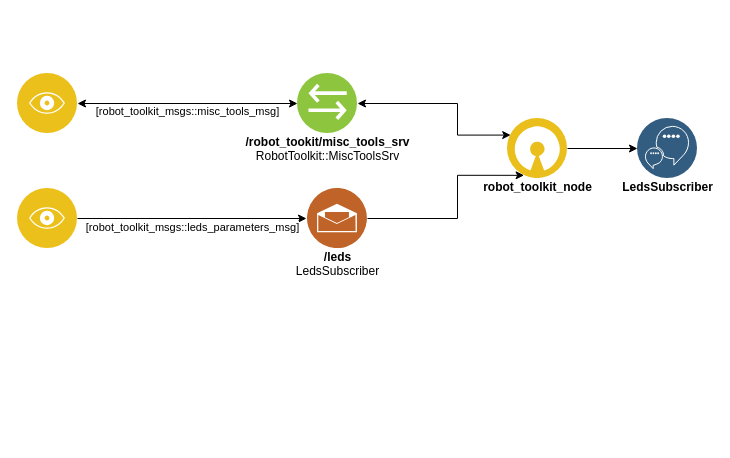
Earlier version of the draw.io diagram wiki/images/misc_tools/misc_tools_diagram.drawio (NicolasRochaPacheco/robot_toolkit). Source tidied: cells renumbered, new cells numbered last; positions are measured from the earlier drawing's top-left corner, leaving out a move shared by most shapes. Both pictures are drawn from the tidied source at 100%, with x=0, y=0 at pixel (17, 73).
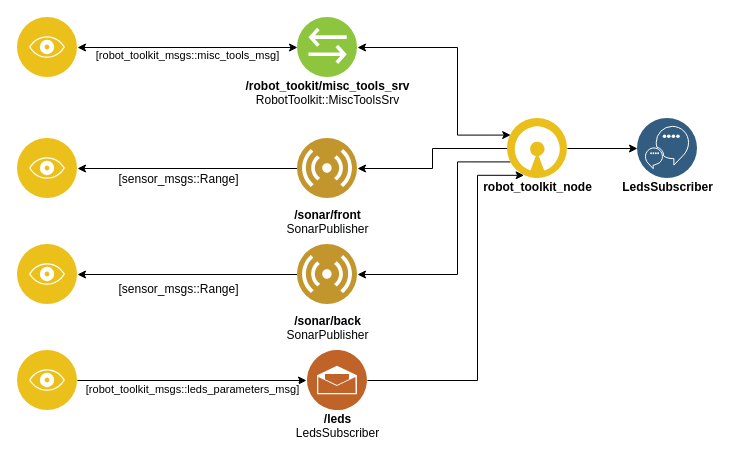
The same diagram, later.

The change refers to these unchanged cells:
```xml
<mxCell id="4" value="robot_toolkit_node" style="perimeter=ellipsePerimeter;html=1;align=center;shadow=0;dashed=0;fontColor=#000000;labelBackgroundColor=#ffffff;fontSize=12;spacingTop=-5;image;image=img/lib/ibm/applications/open_source_tools.svg;fontStyle=1;" parent="1" vertex="1">
  <mxGeometry x="490" y="45" width="60" height="60" as="geometry" />
</mxCell>
```

Change to the diagram source:
```diff
@@
-    <mxCell id="2" style="edgeStyle=orthogonalEdgeStyle;rounded=0;jettySize=auto;html=1;exitX=0;exitY=0.25;exitDx=0;exitDy=0;entryX=1;entryY=0.5;entryDx=0;entryDy=0;fontColor=#000000;startArrow=classic;startFill=1;spacingTop=-5;" parent="1" edge="1" source="4" target="6">
+    <mxCell id="2" style="edgeStyle=orthogonalEdgeStyle;rounded=0;jettySize=auto;html=1;entryX=1;entryY=0.5;entryDx=0;entryDy=0;fontColor=#000000;startArrow=classic;startFill=1;spacingTop=-5;exitX=0;exitY=0.25;exitDx=0;exitDy=0;" parent="1" edge="1" source="4" target="6">
       <mxGeometry relative="1" as="geometry">
         <Array as="points">
           <mxPoint x="440" y="62" />
-          <mxPoint x="440" y="30" />
+          <mxPoint x="440" y="-26" />
         </Array>
       </mxGeometry>
     </mxCell>
@@
+    <mxCell id="14" style="edgeStyle=orthogonalEdgeStyle;rounded=0;jettySize=auto;html=1;exitX=0;exitY=0.5;exitDx=0;exitDy=0;entryX=1;entryY=0.5;entryDx=0;entryDy=0;fontColor=#020305;" parent="1" edge="1" source="4" target="18">
+      <mxGeometry relative="1" as="geometry" />
+    </mxCell>
+    <mxCell id="15" style="edgeStyle=orthogonalEdgeStyle;rounded=0;jettySize=auto;html=1;exitX=0;exitY=0.75;exitDx=0;exitDy=0;entryX=1;entryY=0.5;entryDx=0;entryDy=0;fontColor=#020305;" parent="1" edge="1" source="4" target="21">
+      <mxGeometry relative="1" as="geometry">
+        <Array as="points">
+          <mxPoint x="440" y="88" />
+          <mxPoint x="440" y="201" />
+        </Array>
+      </mxGeometry>
+    </mxCell>
@@
     <mxCell id="6" value="/robot_tookit/misc_tools_srv&lt;br&gt;&lt;div&gt;&lt;span style=&quot;font-weight: normal&quot;&gt;RobotToolkit::MiscToolsSrv&lt;/span&gt;&lt;/div&gt;" style="perimeter=ellipsePerimeter;html=1;align=center;shadow=0;dashed=0;fontColor=#000000;labelBackgroundColor=#ffffff;fontSize=12;spacingTop=-5;image;image=img/lib/ibm/vpc/Bridge.svg;fontStyle=1;verticalAlign=top;horizontal=1;" parent="1" vertex="1">
-      <mxGeometry x="280" width="60" height="60" as="geometry" />
+      <mxGeometry x="280" y="-56" width="60" height="60" as="geometry" />
     </mxCell>
@@
     <mxCell id="9" style="perimeter=ellipsePerimeter;html=1;align=center;shadow=0;dashed=0;fontColor=#4277BB;labelBackgroundColor=#ffffff;fontSize=12;spacingTop=-5;image;image=img/lib/ibm/applications/visualization.svg;verticalAlign=top;horizontal=1;" parent="1" vertex="1">
-      <mxGeometry width="60" height="60" as="geometry" />
+      <mxGeometry y="-56" width="60" height="60" as="geometry" />
     </mxCell>
-    <mxCell id="10" style="edgeStyle=orthogonalEdgeStyle;rounded=0;jettySize=auto;html=1;exitX=1;exitY=0.5;exitDx=0;exitDy=0;entryX=0.25;entryY=1;entryDx=0;entryDy=0;" parent="1" edge="1" source="11" target="4">
+    <mxCell id="10" style="edgeStyle=orthogonalEdgeStyle;rounded=0;jettySize=auto;html=1;exitX=1;exitY=0.5;exitDx=0;exitDy=0;entryX=0.25;entryY=1;entryDx=0;entryDy=0;fontColor=#020305;" parent="1" edge="1" source="11" target="4">
       <mxGeometry relative="1" as="geometry">
         <Array as="points">
-          <mxPoint x="440" y="145" />
-          <mxPoint x="440" y="102" />
+          <mxPoint x="460" y="307" />
+          <mxPoint x="460" y="102" />
         </Array>
       </mxGeometry>
     </mxCell>
     <mxCell id="11" value="&lt;div&gt;/leds&lt;span style=&quot;font-weight: normal&quot;&gt;&lt;br&gt;&lt;/span&gt;&lt;/div&gt;&lt;div&gt;&lt;span style=&quot;font-weight: normal&quot;&gt;LedsSubscriber&lt;/span&gt;&lt;/div&gt;" style="perimeter=ellipsePerimeter;html=1;align=center;shadow=0;dashed=0;fontColor=#000000;labelBackgroundColor=#ffffff;fontSize=12;spacingTop=-5;image;image=img/lib/ibm/social/messaging.svg;fontStyle=1;verticalAlign=top;horizontal=1;" parent="1" vertex="1">
-      <mxGeometry x="290" y="115" width="60" height="60" as="geometry" />
+      <mxGeometry x="290" y="277" width="60" height="60" as="geometry" />
     </mxCell>
     <mxCell id="12" value="&lt;div&gt;[robot_toolkit_msgs::leds_parameters_msg]&lt;/div&gt;" style="edgeStyle=orthogonalEdgeStyle;rounded=1;jettySize=auto;html=1;exitX=1;exitY=0.5;exitDx=0;exitDy=0;startArrow=none;startFill=0;endArrow=classic;endFill=1;fontColor=#000000;verticalAlign=top;horizontal=1;spacingTop=-5;" parent="1" edge="1" source="13">
       <mxGeometry relative="1" as="geometry">
-        <mxPoint x="289" y="145" as="targetPoint" />
+        <mxPoint x="289" y="307" as="targetPoint" />
       </mxGeometry>
     </mxCell>
     <mxCell id="13" style="perimeter=ellipsePerimeter;html=1;align=center;shadow=0;dashed=0;fontColor=#4277BB;labelBackgroundColor=#ffffff;fontSize=12;spacingTop=-5;image;image=img/lib/ibm/applications/visualization.svg;verticalAlign=top;horizontal=1;" parent="1" vertex="1">
-      <mxGeometry y="115" width="60" height="60" as="geometry" />
+      <mxGeometry y="277" width="60" height="60" as="geometry" />
     </mxCell>
+    <mxCell id="16" style="edgeStyle=orthogonalEdgeStyle;rounded=0;jettySize=auto;html=1;exitX=0;exitY=0.5;exitDx=0;exitDy=0;entryX=1;entryY=0.5;entryDx=0;entryDy=0;fontColor=#020305;" parent="1" edge="1" source="18" target="22">
+      <mxGeometry relative="1" as="geometry" />
+    </mxCell>
+    <mxCell id="17" value="[sensor_msgs::Range]" style="text;html=1;align=center;verticalAlign=middle;labelBackgroundColor=#ffffff;fontColor=#020305;" parent="16" vertex="1">
+      <mxGeometry x="0.23" y="2" relative="1" as="geometry">
+        <mxPoint x="15" y="8" as="offset" />
+      </mxGeometry>
+    </mxCell>
+    <mxCell id="18" value="&lt;b&gt;/sonar/front&lt;/b&gt;&lt;br&gt;&lt;div&gt;&lt;span&gt;SonarPublisher&lt;br&gt;&lt;/span&gt;&lt;/div&gt;" style="perimeter=ellipsePerimeter;html=1;align=center;shadow=0;dashed=0;fontColor=#020305;labelBackgroundColor=#ffffff;fontSize=12;spacingTop=3;image;image=img/lib/ibm/users/sensor.svg;" parent="1" vertex="1">
+      <mxGeometry x="280" y="65" width="60" height="60" as="geometry" />
+    </mxCell>
+    <mxCell id="19" style="edgeStyle=orthogonalEdgeStyle;rounded=0;jettySize=auto;html=1;exitX=0;exitY=0.5;exitDx=0;exitDy=0;entryX=1;entryY=0.5;entryDx=0;entryDy=0;fontColor=#020305;" parent="1" edge="1" source="21" target="23">
+      <mxGeometry relative="1" as="geometry" />
+    </mxCell>
+    <mxCell id="20" value="[sensor_msgs::Range]" style="text;html=1;align=center;verticalAlign=middle;labelBackgroundColor=#ffffff;fontColor=#020305;" parent="19" vertex="1">
+      <mxGeometry x="0.1" y="-1" relative="1" as="geometry">
+        <mxPoint x="1" y="15" as="offset" />
+      </mxGeometry>
+    </mxCell>
+    <mxCell id="21" value="&lt;b&gt;/sonar/back&lt;/b&gt;&lt;br&gt;&lt;div&gt;&lt;span&gt;SonarPublisher&lt;br&gt;&lt;/span&gt;&lt;/div&gt;" style="perimeter=ellipsePerimeter;html=1;align=center;shadow=0;dashed=0;fontColor=#020305;labelBackgroundColor=#ffffff;fontSize=12;spacingTop=3;image;image=img/lib/ibm/users/sensor.svg;" parent="1" vertex="1">
+      <mxGeometry x="280" y="171" width="60" height="60" as="geometry" />
+    </mxCell>
+    <mxCell id="22" style="perimeter=ellipsePerimeter;html=1;align=center;shadow=0;dashed=0;fontColor=#4277BB;labelBackgroundColor=#ffffff;fontSize=12;spacingTop=-5;image;image=img/lib/ibm/applications/visualization.svg;verticalAlign=top;horizontal=1;" parent="1" vertex="1">
+      <mxGeometry y="65" width="60" height="60" as="geometry" />
+    </mxCell>
+    <mxCell id="23" style="perimeter=ellipsePerimeter;html=1;align=center;shadow=0;dashed=0;fontColor=#4277BB;labelBackgroundColor=#ffffff;fontSize=12;spacingTop=-5;image;image=img/lib/ibm/applications/visualization.svg;verticalAlign=top;horizontal=1;" parent="1" vertex="1">
+      <mxGeometry y="171" width="60" height="60" as="geometry" />
+    </mxCell>
```
